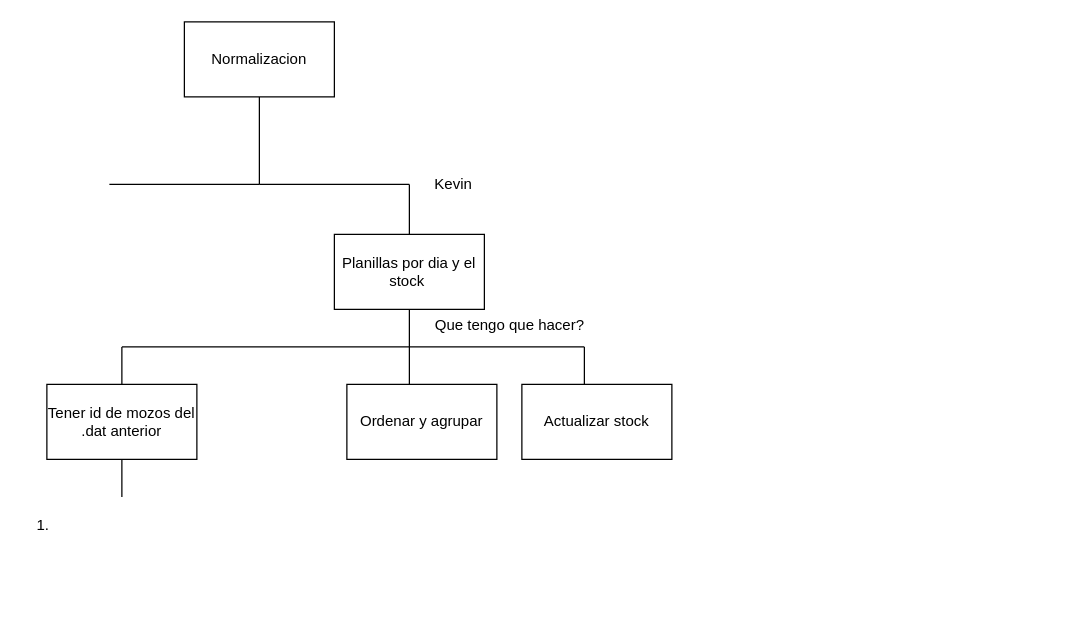
articulo13/tp-N-4-2026 keeps this draw.io diagram as datos/normaDiagr.drawio. Above is the earlier version. Source tidied: cells renumbered, new cells numbered last; positions are measured from the earlier drawing's top-left corner, leaving out a move shared by most shapes. Both pictures are drawn from the tidied source at 125%, with x=0, y=0 at pixel (21, 21).
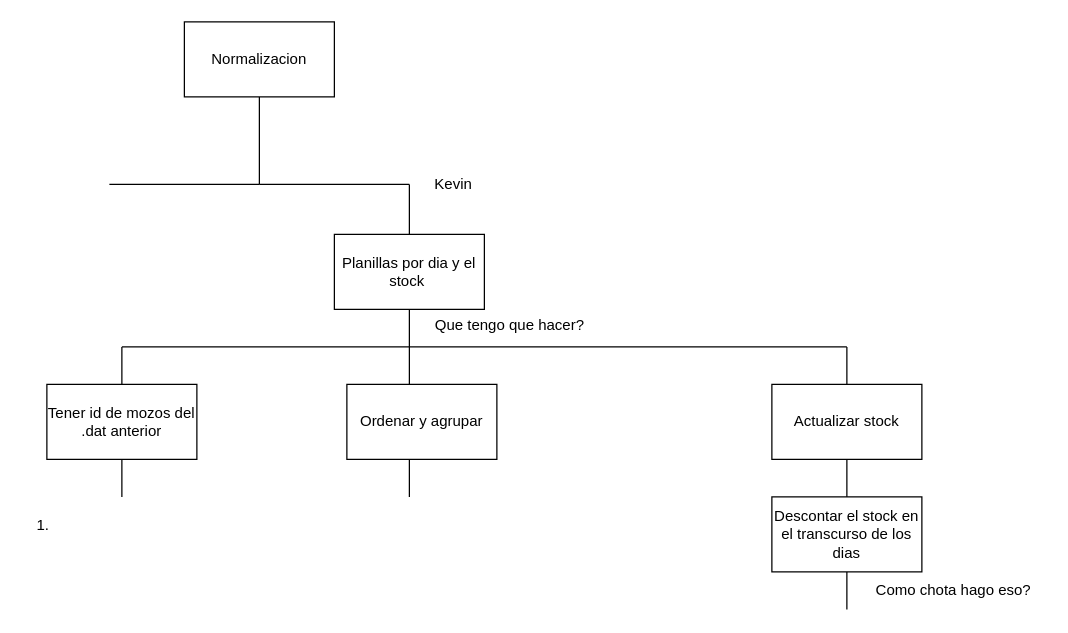
The same page after the edit.

Commit message (it also covers changes not shown here):
segui con el dragrama

What changed in the source:
```diff
@@
     <mxCell id="10" style="endArrow=none;html=1;" parent="1" edge="1">
       <mxGeometry relative="1" as="geometry">
         <mxPoint x="80" y="260" as="sourcePoint" />
-        <mxPoint x="450" y="260" as="targetPoint" />
+        <mxPoint x="660" y="260" as="targetPoint" />
       </mxGeometry>
     </mxCell>
@@
-    <mxCell id="13" style="endArrow=none;html=1;" parent="1" edge="1">
+    <mxCell id="13" style="endArrow=none;html=1;entryX=0.5;entryY=0;entryDx=0;entryDy=0;" parent="1" edge="1" target="16">
       <mxGeometry relative="1" as="geometry">
-        <mxPoint x="450" y="290" as="sourcePoint" />
-        <mxPoint x="450" y="260" as="targetPoint" />
+        <mxPoint x="660" y="260" as="sourcePoint" />
       </mxGeometry>
     </mxCell>
@@
     <mxCell id="16" value="Actualizar stock" style="rounded=0;whiteSpace=wrap;html=1;" parent="1" vertex="1">
-      <mxGeometry x="400" y="290" width="120" height="60" as="geometry" />
+      <mxGeometry x="600" y="290" width="120" height="60" as="geometry" />
     </mxCell>
@@
+    <mxCell id="20" style="endArrow=none;html=1;" parent="1" edge="1">
+      <mxGeometry relative="1" as="geometry">
+        <mxPoint x="310" y="380" as="sourcePoint" />
+        <mxPoint x="310" y="350" as="targetPoint" />
+      </mxGeometry>
+    </mxCell>
+    <mxCell id="21" style="endArrow=none;html=1;" parent="1" edge="1">
+      <mxGeometry relative="1" as="geometry">
+        <mxPoint x="660" y="380" as="sourcePoint" />
+        <mxPoint x="660" y="350" as="targetPoint" />
+      </mxGeometry>
+    </mxCell>
+    <mxCell id="22" value="Descontar el stock en el transcurso de los dias" style="rounded=0;whiteSpace=wrap;html=1;" parent="1" vertex="1">
+      <mxGeometry x="600" y="380" width="120" height="60" as="geometry" />
+    </mxCell>
+    <mxCell id="23" style="endArrow=none;html=1;" parent="1" edge="1">
+      <mxGeometry relative="1" as="geometry">
+        <mxPoint x="660" y="470" as="sourcePoint" />
+        <mxPoint x="660" y="440" as="targetPoint" />
+      </mxGeometry>
+    </mxCell>
+    <mxCell id="24" value="Como chota hago eso?" style="text;html=1;align=center;verticalAlign=middle;strokeColor=none;fillColor=none;" parent="1" vertex="1">
+      <mxGeometry x="670" y="440" width="150" height="30" as="geometry" />
+    </mxCell>
```
